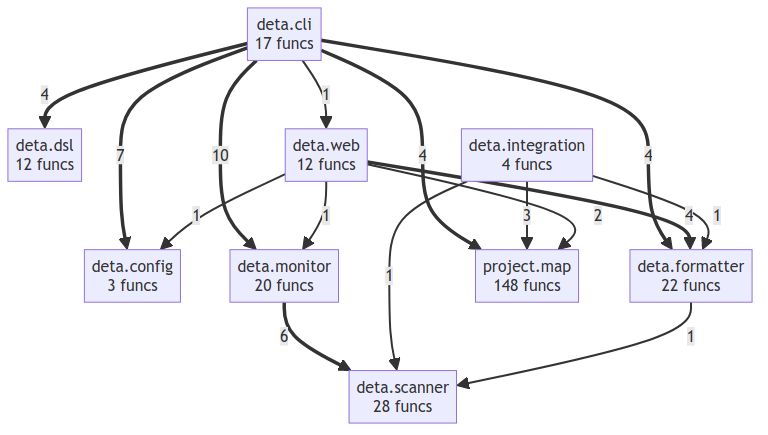
semcod/deta keeps this Mermaid diagram as project/compact_flow.png. Above is the earlier version. Its source is kept beside it as project/compact_flow.mmd.
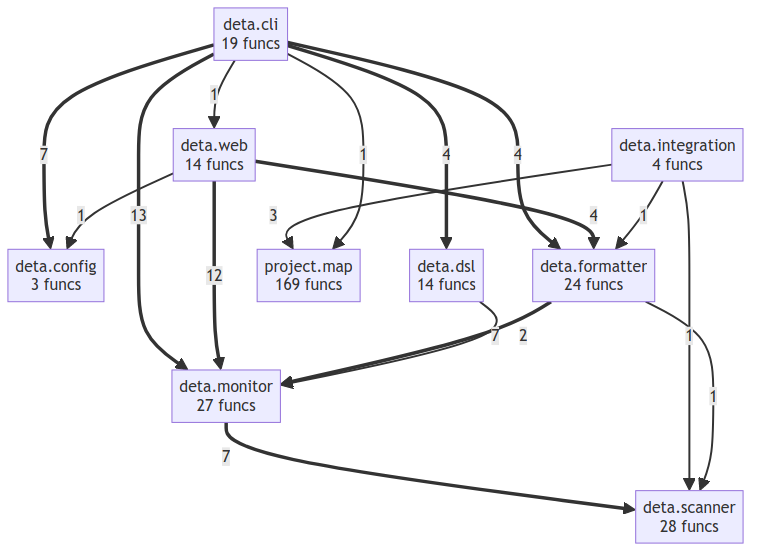
After the change.

The edit, as a diff of the source:
```diff
@@ -1,24 +1,25 @@
 flowchart TD
-    deta__cli["deta.cli<br/>17 funcs"]
+    deta__cli["deta.cli<br/>19 funcs"]
     deta__config["deta.config<br/>3 funcs"]
-    deta__dsl["deta.dsl<br/>12 funcs"]
-    deta__formatter["deta.formatter<br/>22 funcs"]
+    deta__dsl["deta.dsl<br/>14 funcs"]
+    deta__formatter["deta.formatter<br/>24 funcs"]
     deta__integration["deta.integration<br/>4 funcs"]
-    deta__monitor["deta.monitor<br/>20 funcs"]
+    deta__monitor["deta.monitor<br/>27 funcs"]
     deta__scanner["deta.scanner<br/>28 funcs"]
-    deta__web["deta.web<br/>12 funcs"]
-    project__map["project.map<br/>148 funcs"]
-    deta__cli ==>|10| deta__monitor
+    deta__web["deta.web<br/>14 funcs"]
+    project__map["project.map<br/>169 funcs"]
+    deta__cli ==>|13| deta__monitor
+    deta__web ==>|12| deta__monitor
     deta__cli ==>|7| deta__config
-    deta__monitor ==>|6| deta__scanner
-    deta__cli ==>|4| project__map
+    deta__monitor ==>|7| deta__scanner
+    deta__formatter ==>|7| deta__monitor
     deta__cli ==>|4| deta__formatter
     deta__cli ==>|4| deta__dsl
     deta__web ==>|4| deta__formatter
     deta__integration -->|3| project__map
-    deta__web -->|2| project__map
+    deta__dsl -->|2| deta__monitor
+    deta__cli -->|1| project__map
     deta__cli -->|1| deta__web
-    deta__web -->|1| deta__monitor
     deta__web -->|1| deta__config
     deta__integration -->|1| deta__formatter
     deta__integration -->|1| deta__scanner
```
